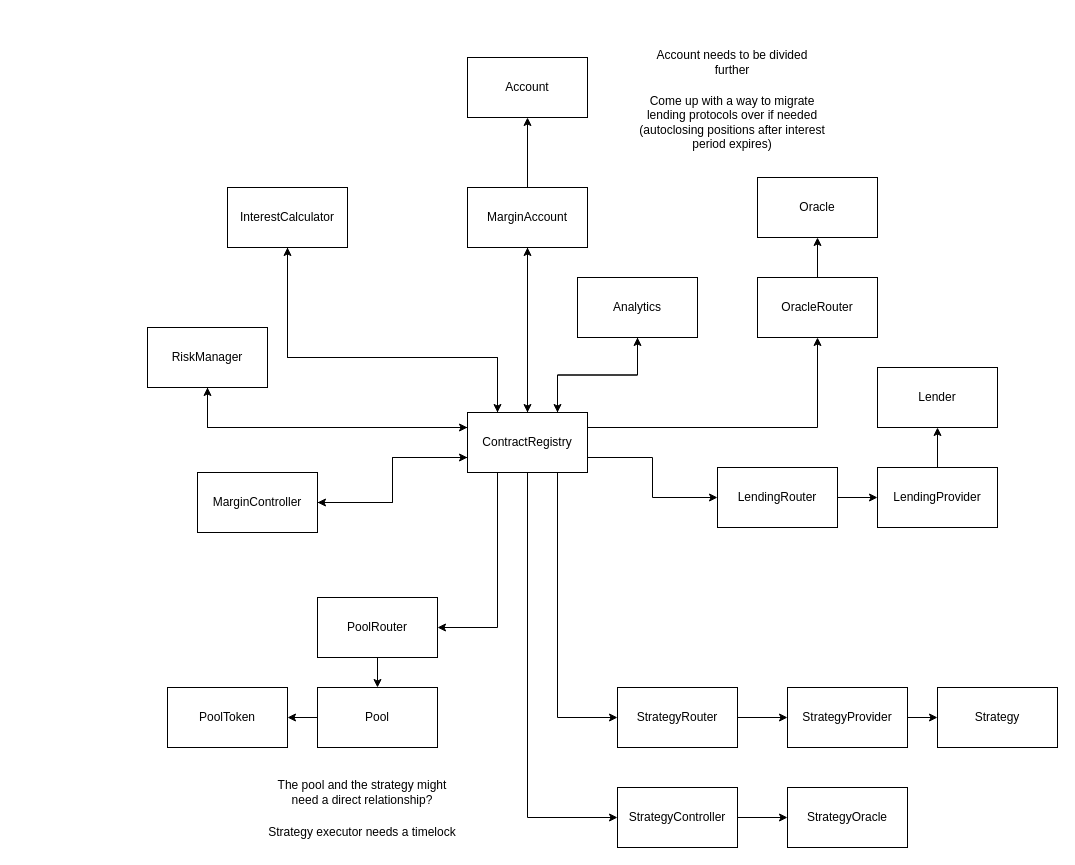
This is TorqueV2.drawio from Torque-Money/Dev-Environment, a draw.io file, before an edit. Source tidied: cells renumbered, new cells numbered last; positions are measured from the earlier drawing's top-left corner, leaving out a move shared by most shapes. Both pictures are drawn from the tidied source at 100%, with x=0, y=0 at pixel (97, 47).
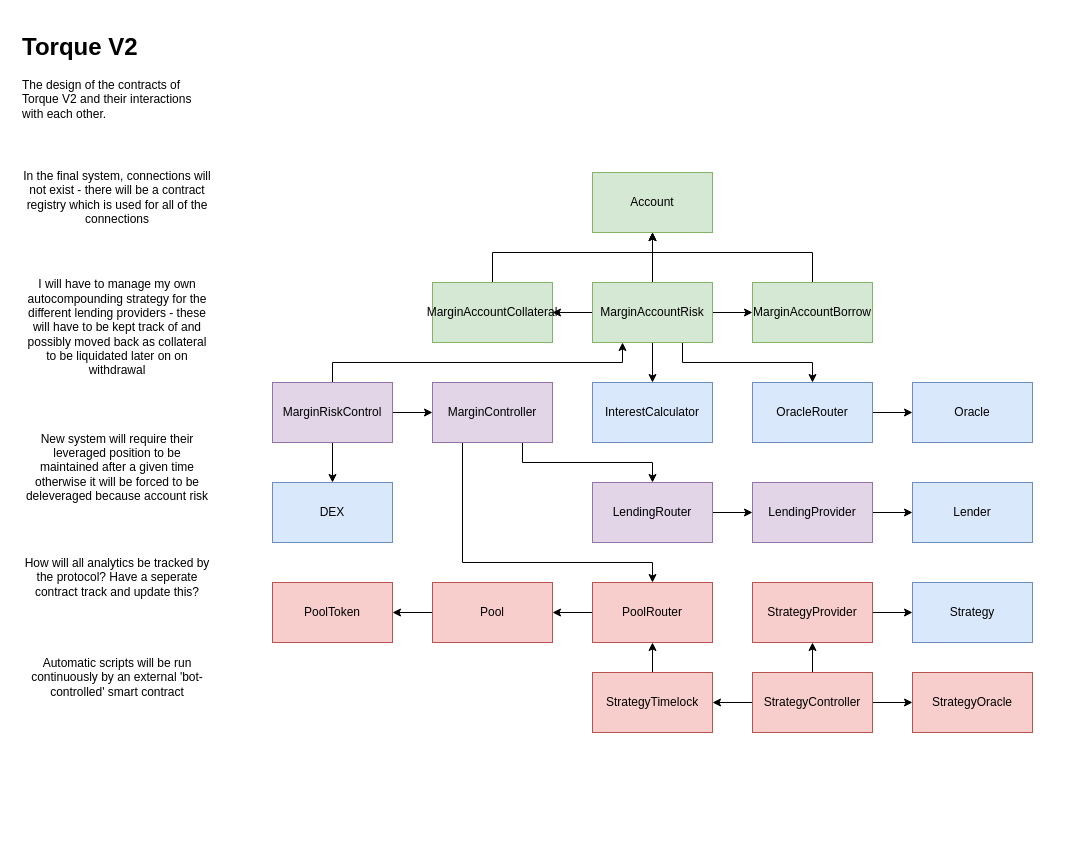
The same diagram, later.

Diff of the diagram source:
```diff
@@
-    <mxCell id="3" value="Lender" style="rounded=0;whiteSpace=wrap;html=1;" parent="1" vertex="1">
-      <mxGeometry x="780" y="320" width="120" height="60" as="geometry" />
-    </mxCell>
+    <mxCell id="44" value="Account" style="rounded=0;whiteSpace=wrap;html=1;fillColor=#d5e8d4;strokeColor=#82b366;" parent="1" vertex="1">
+      <mxGeometry x="495" y="125" width="120" height="60" as="geometry" />
+    </mxCell>
+    <mxCell id="51" style="edgeStyle=orthogonalEdgeStyle;rounded=0;jettySize=auto;html=1;entryX=0.5;entryY=1;entryDx=0;entryDy=0;" parent="1" edge="1" source="52" target="44">
+      <mxGeometry relative="1" as="geometry">
+        <Array as="points">
+          <mxPoint x="395" y="205" />
+          <mxPoint x="555" y="205" />
+        </Array>
+      </mxGeometry>
+    </mxCell>
+    <mxCell id="52" value="MarginAccountCollateral" style="rounded=0;whiteSpace=wrap;html=1;fillColor=#d5e8d4;strokeColor=#82b366;" parent="1" vertex="1">
+      <mxGeometry x="335" y="235" width="120" height="60" as="geometry" />
+    </mxCell>
+    <mxCell id="53" style="edgeStyle=orthogonalEdgeStyle;rounded=0;jettySize=auto;html=1;entryX=0.5;entryY=1;entryDx=0;entryDy=0;" parent="1" edge="1" source="54" target="44">
+      <mxGeometry relative="1" as="geometry">
+        <Array as="points">
+          <mxPoint x="715" y="205" />
+          <mxPoint x="555" y="205" />
+        </Array>
+      </mxGeometry>
+    </mxCell>
+    <mxCell id="54" value="MarginAccountBorrow" style="rounded=0;whiteSpace=wrap;html=1;fillColor=#d5e8d4;strokeColor=#82b366;" parent="1" vertex="1">
+      <mxGeometry x="655" y="235" width="120" height="60" as="geometry" />
+    </mxCell>
+    <mxCell id="55" style="edgeStyle=orthogonalEdgeStyle;rounded=0;jettySize=auto;html=1;entryX=1;entryY=0.5;entryDx=0;entryDy=0;" parent="1" edge="1" source="60" target="52">
+      <mxGeometry relative="1" as="geometry" />
+    </mxCell>
+    <mxCell id="56" style="edgeStyle=orthogonalEdgeStyle;rounded=0;jettySize=auto;html=1;entryX=0;entryY=0.5;entryDx=0;entryDy=0;" parent="1" edge="1" source="60" target="54">
+      <mxGeometry relative="1" as="geometry" />
+    </mxCell>
+    <mxCell id="57" style="edgeStyle=orthogonalEdgeStyle;rounded=0;jettySize=auto;html=1;entryX=0.5;entryY=1;entryDx=0;entryDy=0;" parent="1" edge="1" source="60" target="44">
+      <mxGeometry relative="1" as="geometry" />
+    </mxCell>
+    <mxCell id="58" style="edgeStyle=orthogonalEdgeStyle;rounded=0;jettySize=auto;html=1;entryX=0.5;entryY=0;entryDx=0;entryDy=0;" parent="1" edge="1" source="60" target="9">
+      <mxGeometry relative="1" as="geometry" />
+    </mxCell>
+    <mxCell id="59" style="edgeStyle=orthogonalEdgeStyle;rounded=0;jettySize=auto;html=1;exitX=0.75;exitY=1;exitDx=0;exitDy=0;entryX=0.5;entryY=0;entryDx=0;entryDy=0;" parent="1" edge="1" source="60" target="15">
+      <mxGeometry relative="1" as="geometry" />
+    </mxCell>
+    <mxCell id="60" value="MarginAccountRisk" style="rounded=0;whiteSpace=wrap;html=1;fillColor=#d5e8d4;strokeColor=#82b366;" parent="1" vertex="1">
+      <mxGeometry x="495" y="235" width="120" height="60" as="geometry" />
+    </mxCell>
+    <mxCell id="9" value="InterestCalculator" style="rounded=0;whiteSpace=wrap;html=1;fillColor=#dae8fc;strokeColor=#6c8ebf;" parent="1" vertex="1">
+      <mxGeometry x="495" y="335" width="120" height="60" as="geometry" />
+    </mxCell>
+    <mxCell id="14" style="edgeStyle=orthogonalEdgeStyle;rounded=0;jettySize=auto;html=1;entryX=0;entryY=0.5;entryDx=0;entryDy=0;" parent="1" edge="1" source="15" target="38">
+      <mxGeometry relative="1" as="geometry" />
+    </mxCell>
+    <mxCell id="15" value="OracleRouter" style="rounded=0;whiteSpace=wrap;html=1;fillColor=#dae8fc;strokeColor=#6c8ebf;" parent="1" vertex="1">
+      <mxGeometry x="655" y="335" width="120" height="60" as="geometry" />
+    </mxCell>
+    <mxCell id="38" value="Oracle" style="rounded=0;whiteSpace=wrap;html=1;fillColor=#dae8fc;strokeColor=#6c8ebf;" parent="1" vertex="1">
+      <mxGeometry x="815" y="335" width="120" height="60" as="geometry" />
+    </mxCell>
+    <mxCell id="6" style="edgeStyle=orthogonalEdgeStyle;rounded=0;jettySize=auto;html=1;entryX=0;entryY=0.5;entryDx=0;entryDy=0;" parent="1" edge="1" source="7" target="5">
+      <mxGeometry relative="1" as="geometry" />
+    </mxCell>
+    <mxCell id="7" value="LendingRouter" style="rounded=0;whiteSpace=wrap;html=1;fillColor=#e1d5e7;strokeColor=#9673a6;" parent="1" vertex="1">
+      <mxGeometry x="495" y="435" width="120" height="60" as="geometry" />
+    </mxCell>
+    <mxCell id="61" value="In the final system, connections will not exist - there will be a contract registry which is used for all of the connections" style="text;html=1;strokeColor=none;fillColor=none;align=center;verticalAlign=middle;whiteSpace=wrap;rounded=0;" parent="1" vertex="1">
+      <mxGeometry x="-75" y="105" width="190" height="90" as="geometry" />
+    </mxCell>
-    <mxCell id="4" style="edgeStyle=orthogonalEdgeStyle;rounded=0;jettySize=auto;html=1;entryX=0.5;entryY=1;entryDx=0;entryDy=0;" parent="1" edge="1" source="5" target="3">
+    <mxCell id="4" style="edgeStyle=orthogonalEdgeStyle;rounded=0;jettySize=auto;html=1;entryX=0;entryY=0.5;entryDx=0;entryDy=0;" parent="1" edge="1" source="5" target="3">
       <mxGeometry relative="1" as="geometry" />
     </mxCell>
-    <mxCell id="5" value="LendingProvider" style="rounded=0;whiteSpace=wrap;html=1;" parent="1" vertex="1">
-      <mxGeometry x="780" y="420" width="120" height="60" as="geometry" />
+    <mxCell id="5" value="LendingProvider" style="rounded=0;whiteSpace=wrap;html=1;fillColor=#e1d5e7;strokeColor=#9673a6;" parent="1" vertex="1">
+      <mxGeometry x="655" y="435" width="120" height="60" as="geometry" />
     </mxCell>
-    <mxCell id="6" style="edgeStyle=orthogonalEdgeStyle;rounded=0;jettySize=auto;html=1;entryX=0;entryY=0.5;entryDx=0;entryDy=0;" parent="1" edge="1" source="7" target="5">
-      <mxGeometry relative="1" as="geometry" />
-    </mxCell>
-    <mxCell id="7" value="LendingRouter" style="rounded=0;whiteSpace=wrap;html=1;" parent="1" vertex="1">
-      <mxGeometry x="620" y="420" width="120" height="60" as="geometry" />
-    </mxCell>
-    <mxCell id="8" style="edgeStyle=orthogonalEdgeStyle;rounded=0;jettySize=auto;html=1;entryX=0.25;entryY=0;entryDx=0;entryDy=0;" parent="1" edge="1" source="9" target="37">
-      <mxGeometry relative="1" as="geometry">
-        <Array as="points">
-          <mxPoint x="190" y="310" />
-          <mxPoint x="400" y="310" />
-        </Array>
-      </mxGeometry>
-    </mxCell>
-    <mxCell id="9" value="InterestCalculator" style="rounded=0;whiteSpace=wrap;html=1;" parent="1" vertex="1">
-      <mxGeometry x="130" y="140" width="120" height="60" as="geometry" />
-    </mxCell>
-    <mxCell id="10" style="edgeStyle=orthogonalEdgeStyle;rounded=0;jettySize=auto;html=1;entryX=0;entryY=0.25;entryDx=0;entryDy=0;" parent="1" edge="1" source="11" target="37">
-      <mxGeometry relative="1" as="geometry">
-        <Array as="points">
-          <mxPoint x="110" y="380" />
-        </Array>
-      </mxGeometry>
-    </mxCell>
-    <mxCell id="11" value="RiskManager" style="rounded=0;whiteSpace=wrap;html=1;" parent="1" vertex="1">
-      <mxGeometry x="50" y="280" width="120" height="60" as="geometry" />
-    </mxCell>
-    <mxCell id="12" style="edgeStyle=orthogonalEdgeStyle;rounded=0;jettySize=auto;html=1;entryX=0;entryY=0.75;entryDx=0;entryDy=0;" parent="1" edge="1" source="13" target="37">
-      <mxGeometry relative="1" as="geometry" />
-    </mxCell>
+    <mxCell id="62" value="I will have to manage my own autocompounding strategy for the different lending providers - these will have to be kept track of and possibly moved back as collateral to be liquidated later on on withdrawal" style="text;html=1;strokeColor=none;fillColor=none;align=center;verticalAlign=middle;whiteSpace=wrap;rounded=0;" parent="1" vertex="1">
+      <mxGeometry x="-75" y="225" width="190" height="110" as="geometry" />
+    </mxCell>
+    <mxCell id="63" value="New system will require their leveraged position to be maintained after a given time otherwise it will be forced to be deleveraged because account risk" style="text;html=1;strokeColor=none;fillColor=none;align=center;verticalAlign=middle;whiteSpace=wrap;rounded=0;" parent="1" vertex="1">
+      <mxGeometry x="-75" y="365" width="190" height="110" as="geometry" />
+    </mxCell>
+    <mxCell id="3" value="Lender" style="rounded=0;whiteSpace=wrap;html=1;fillColor=#dae8fc;strokeColor=#6c8ebf;" parent="1" vertex="1">
+      <mxGeometry x="815" y="435" width="120" height="60" as="geometry" />
+    </mxCell>
+    <mxCell id="64" style="edgeStyle=orthogonalEdgeStyle;rounded=0;jettySize=auto;html=1;entryX=0;entryY=0.5;entryDx=0;entryDy=0;" parent="1" edge="1" source="67" target="13">
+      <mxGeometry relative="1" as="geometry" />
+    </mxCell>
+    <mxCell id="65" style="edgeStyle=orthogonalEdgeStyle;rounded=0;jettySize=auto;html=1;entryX=0.25;entryY=1;entryDx=0;entryDy=0;" parent="1" edge="1" source="67" target="60">
+      <mxGeometry relative="1" as="geometry">
+        <Array as="points">
+          <mxPoint x="235" y="315" />
+          <mxPoint x="525" y="315" />
+        </Array>
+      </mxGeometry>
+    </mxCell>
+    <mxCell id="66" style="edgeStyle=orthogonalEdgeStyle;rounded=0;jettySize=auto;html=1;entryX=0.5;entryY=0;entryDx=0;entryDy=0;" parent="1" edge="1" source="67" target="75">
+      <mxGeometry relative="1" as="geometry" />
+    </mxCell>
+    <mxCell id="67" value="MarginRiskControl" style="rounded=0;whiteSpace=wrap;html=1;fillColor=#e1d5e7;strokeColor=#9673a6;" parent="1" vertex="1">
+      <mxGeometry x="175" y="335" width="120" height="60" as="geometry" />
+    </mxCell>
+    <mxCell id="68" style="edgeStyle=orthogonalEdgeStyle;rounded=0;jettySize=auto;html=1;exitX=0.75;exitY=1;exitDx=0;exitDy=0;entryX=0.5;entryY=0;entryDx=0;entryDy=0;" parent="1" edge="1" source="13" target="7">
+      <mxGeometry relative="1" as="geometry" />
+    </mxCell>
+    <mxCell id="69" style="edgeStyle=orthogonalEdgeStyle;rounded=0;jettySize=auto;html=1;exitX=0.25;exitY=1;exitDx=0;exitDy=0;entryX=0.5;entryY=0;entryDx=0;entryDy=0;" parent="1" edge="1" source="13" target="17">
+      <mxGeometry relative="1" as="geometry">
+        <Array as="points">
+          <mxPoint x="365" y="515" />
+          <mxPoint x="555" y="515" />
+        </Array>
+      </mxGeometry>
+    </mxCell>
-    <mxCell id="13" value="MarginController" style="rounded=0;whiteSpace=wrap;html=1;" parent="1" vertex="1">
-      <mxGeometry x="100" y="425" width="120" height="60" as="geometry" />
+    <mxCell id="13" value="MarginController" style="rounded=0;whiteSpace=wrap;html=1;fillColor=#e1d5e7;strokeColor=#9673a6;" parent="1" vertex="1">
+      <mxGeometry x="335" y="335" width="120" height="60" as="geometry" />
     </mxCell>
-    <mxCell id="14" style="edgeStyle=orthogonalEdgeStyle;rounded=0;jettySize=auto;html=1;" parent="1" edge="1" source="15" target="38">
-      <mxGeometry relative="1" as="geometry" />
-    </mxCell>
-    <mxCell id="15" value="OracleRouter" style="rounded=0;whiteSpace=wrap;html=1;" parent="1" vertex="1">
-      <mxGeometry x="660" y="230" width="120" height="60" as="geometry" />
-    </mxCell>
+    <mxCell id="70" value="How will all analytics be tracked by the protocol? Have a seperate contract track and update this?" style="text;html=1;strokeColor=none;fillColor=none;align=center;verticalAlign=middle;whiteSpace=wrap;rounded=0;" parent="1" vertex="1">
+      <mxGeometry x="-75" y="475" width="190" height="110" as="geometry" />
+    </mxCell>
-    <mxCell id="16" style="edgeStyle=orthogonalEdgeStyle;rounded=0;jettySize=auto;html=1;" parent="1" edge="1" source="17" target="19">
+    <mxCell id="16" style="edgeStyle=orthogonalEdgeStyle;rounded=0;jettySize=auto;html=1;exitX=0;exitY=0.5;exitDx=0;exitDy=0;entryX=1;entryY=0.5;entryDx=0;entryDy=0;" parent="1" edge="1" source="17" target="19">
       <mxGeometry relative="1" as="geometry" />
     </mxCell>
-    <mxCell id="17" value="PoolRouter" style="rounded=0;whiteSpace=wrap;html=1;" parent="1" vertex="1">
-      <mxGeometry x="220" y="550" width="120" height="60" as="geometry" />
+    <mxCell id="17" value="PoolRouter" style="rounded=0;whiteSpace=wrap;html=1;fillColor=#f8cecc;strokeColor=#b85450;" parent="1" vertex="1">
+      <mxGeometry x="495" y="535" width="120" height="60" as="geometry" />
     </mxCell>
@@
-    <mxCell id="19" value="Pool" style="rounded=0;whiteSpace=wrap;html=1;" parent="1" vertex="1">
-      <mxGeometry x="220" y="640" width="120" height="60" as="geometry" />
+    <mxCell id="19" value="Pool" style="rounded=0;whiteSpace=wrap;html=1;fillColor=#f8cecc;strokeColor=#b85450;" parent="1" vertex="1">
+      <mxGeometry x="335" y="535" width="120" height="60" as="geometry" />
     </mxCell>
+    <mxCell id="39" value="PoolToken" style="rounded=0;whiteSpace=wrap;html=1;fillColor=#f8cecc;strokeColor=#b85450;" parent="1" vertex="1">
+      <mxGeometry x="175" y="535" width="120" height="60" as="geometry" />
+    </mxCell>
+    <mxCell id="22" value="Strategy" style="rounded=0;whiteSpace=wrap;html=1;fillColor=#dae8fc;strokeColor=#6c8ebf;" parent="1" vertex="1">
+      <mxGeometry x="815" y="535" width="120" height="60" as="geometry" />
+    </mxCell>
@@
-    <mxCell id="21" value="StrategyProvider" style="rounded=0;whiteSpace=wrap;html=1;" parent="1" vertex="1">
-      <mxGeometry x="690" y="640" width="120" height="60" as="geometry" />
+    <mxCell id="21" value="StrategyProvider" style="rounded=0;whiteSpace=wrap;html=1;fillColor=#f8cecc;strokeColor=#b85450;" parent="1" vertex="1">
+      <mxGeometry x="655" y="535" width="120" height="60" as="geometry" />
     </mxCell>
-    <mxCell id="22" value="Strategy" style="rounded=0;whiteSpace=wrap;html=1;" parent="1" vertex="1">
-      <mxGeometry x="840" y="640" width="120" height="60" as="geometry" />
-    </mxCell>
-    <mxCell id="23" value="StrategyOracle" style="rounded=0;whiteSpace=wrap;html=1;" parent="1" vertex="1">
-      <mxGeometry x="690" y="740" width="120" height="60" as="geometry" />
-    </mxCell>
-    <mxCell id="24" style="edgeStyle=orthogonalEdgeStyle;rounded=0;jettySize=auto;html=1;entryX=0.5;entryY=1;entryDx=0;entryDy=0;" parent="1" edge="1" source="26" target="44">
-      <mxGeometry relative="1" as="geometry" />
-    </mxCell>
-    <mxCell id="25" style="edgeStyle=orthogonalEdgeStyle;rounded=0;jettySize=auto;html=1;exitX=0.5;exitY=1;exitDx=0;exitDy=0;" parent="1" edge="1" source="26" target="37">
-      <mxGeometry relative="1" as="geometry" />
-    </mxCell>
-    <mxCell id="26" value="MarginAccount" style="rounded=0;whiteSpace=wrap;html=1;" parent="1" vertex="1">
-      <mxGeometry x="370" y="140" width="120" height="60" as="geometry" />
-    </mxCell>
-    <mxCell id="27" style="edgeStyle=orthogonalEdgeStyle;rounded=0;jettySize=auto;html=1;entryX=0.5;entryY=1;entryDx=0;entryDy=0;exitX=0;exitY=0.25;exitDx=0;exitDy=0;" parent="1" edge="1" source="37" target="11">
-      <mxGeometry relative="1" as="geometry" />
-    </mxCell>
-    <mxCell id="28" style="edgeStyle=orthogonalEdgeStyle;rounded=0;jettySize=auto;html=1;entryX=0.5;entryY=1;entryDx=0;entryDy=0;exitX=1;exitY=0.25;exitDx=0;exitDy=0;" parent="1" edge="1" source="37" target="15">
-      <mxGeometry relative="1" as="geometry" />
-    </mxCell>
-    <mxCell id="29" style="edgeStyle=orthogonalEdgeStyle;rounded=0;jettySize=auto;html=1;entryX=0.5;entryY=1;entryDx=0;entryDy=0;" parent="1" edge="1" source="37" target="26">
-      <mxGeometry relative="1" as="geometry" />
-    </mxCell>
-    <mxCell id="30" style="edgeStyle=orthogonalEdgeStyle;rounded=0;jettySize=auto;html=1;exitX=0.25;exitY=0;exitDx=0;exitDy=0;entryX=0.5;entryY=1;entryDx=0;entryDy=0;" parent="1" edge="1" source="37" target="9">
-      <mxGeometry relative="1" as="geometry">
-        <Array as="points">
-          <mxPoint x="400" y="310" />
-          <mxPoint x="190" y="310" />
-        </Array>
-      </mxGeometry>
-    </mxCell>
-    <mxCell id="31" style="edgeStyle=orthogonalEdgeStyle;rounded=0;jettySize=auto;html=1;exitX=1;exitY=0.75;exitDx=0;exitDy=0;entryX=0;entryY=0.5;entryDx=0;entryDy=0;" parent="1" edge="1" source="37" target="7">
-      <mxGeometry relative="1" as="geometry" />
-    </mxCell>
-    <mxCell id="32" style="edgeStyle=orthogonalEdgeStyle;rounded=0;jettySize=auto;html=1;exitX=0;exitY=0.75;exitDx=0;exitDy=0;entryX=1;entryY=0.5;entryDx=0;entryDy=0;" parent="1" edge="1" source="37" target="13">
-      <mxGeometry relative="1" as="geometry" />
-    </mxCell>
-    <mxCell id="33" style="edgeStyle=orthogonalEdgeStyle;rounded=0;jettySize=auto;html=1;exitX=0.25;exitY=1;exitDx=0;exitDy=0;entryX=1;entryY=0.5;entryDx=0;entryDy=0;" parent="1" edge="1" source="37" target="17">
-      <mxGeometry relative="1" as="geometry" />
-    </mxCell>
-    <mxCell id="34" style="edgeStyle=orthogonalEdgeStyle;rounded=0;jettySize=auto;html=1;exitX=0.5;exitY=1;exitDx=0;exitDy=0;entryX=0;entryY=0.5;entryDx=0;entryDy=0;" parent="1" edge="1" source="37" target="43">
-      <mxGeometry relative="1" as="geometry" />
-    </mxCell>
-    <mxCell id="35" style="edgeStyle=orthogonalEdgeStyle;rounded=0;jettySize=auto;html=1;exitX=0.75;exitY=1;exitDx=0;exitDy=0;entryX=0;entryY=0.5;entryDx=0;entryDy=0;" parent="1" edge="1" source="37" target="41">
-      <mxGeometry relative="1" as="geometry" />
-    </mxCell>
-    <mxCell id="36" style="edgeStyle=orthogonalEdgeStyle;rounded=0;jettySize=auto;html=1;exitX=0.75;exitY=0;exitDx=0;exitDy=0;entryX=0.5;entryY=1;entryDx=0;entryDy=0;" parent="1" edge="1" source="37" target="46">
-      <mxGeometry relative="1" as="geometry" />
-    </mxCell>
-    <mxCell id="37" value="ContractRegistry" style="rounded=0;whiteSpace=wrap;html=1;" parent="1" vertex="1">
-      <mxGeometry x="370" y="365" width="120" height="60" as="geometry" />
-    </mxCell>
-    <mxCell id="38" value="Oracle" style="rounded=0;whiteSpace=wrap;html=1;" parent="1" vertex="1">
-      <mxGeometry x="660" y="130" width="120" height="60" as="geometry" />
-    </mxCell>
-    <mxCell id="39" value="PoolToken" style="rounded=0;whiteSpace=wrap;html=1;" parent="1" vertex="1">
-      <mxGeometry x="70" y="640" width="120" height="60" as="geometry" />
-    </mxCell>
-    <mxCell id="40" style="edgeStyle=orthogonalEdgeStyle;rounded=0;jettySize=auto;html=1;" parent="1" edge="1" source="41" target="21">
-      <mxGeometry relative="1" as="geometry" />
-    </mxCell>
-    <mxCell id="41" value="StrategyRouter" style="rounded=0;whiteSpace=wrap;html=1;" parent="1" vertex="1">
-      <mxGeometry x="520" y="640" width="120" height="60" as="geometry" />
-    </mxCell>
+    <mxCell id="71" style="edgeStyle=orthogonalEdgeStyle;rounded=0;jettySize=auto;html=1;entryX=1;entryY=0.5;entryDx=0;entryDy=0;" parent="1" edge="1" source="43" target="74">
+      <mxGeometry relative="1" as="geometry" />
+    </mxCell>
+    <mxCell id="72" style="edgeStyle=orthogonalEdgeStyle;rounded=0;jettySize=auto;html=1;entryX=0.5;entryY=1;entryDx=0;entryDy=0;" parent="1" edge="1" source="43" target="21">
+      <mxGeometry relative="1" as="geometry" />
+    </mxCell>
-    <mxCell id="42" style="edgeStyle=orthogonalEdgeStyle;rounded=0;jettySize=auto;html=1;" parent="1" edge="1" source="43" target="23">
+    <mxCell id="42" style="edgeStyle=orthogonalEdgeStyle;rounded=0;jettySize=auto;html=1;entryX=0;entryY=0.5;entryDx=0;entryDy=0;" parent="1" edge="1" source="43" target="23">
       <mxGeometry relative="1" as="geometry" />
     </mxCell>
-    <mxCell id="43" value="StrategyController" style="rounded=0;whiteSpace=wrap;html=1;" parent="1" vertex="1">
-      <mxGeometry x="520" y="740" width="120" height="60" as="geometry" />
+    <mxCell id="43" value="StrategyController" style="rounded=0;whiteSpace=wrap;html=1;fillColor=#f8cecc;strokeColor=#b85450;" parent="1" vertex="1">
+      <mxGeometry x="655" y="625" width="120" height="60" as="geometry" />
     </mxCell>
-    <mxCell id="44" value="Account" style="rounded=0;whiteSpace=wrap;html=1;" parent="1" vertex="1">
-      <mxGeometry x="370" y="10" width="120" height="60" as="geometry" />
-    </mxCell>
-    <mxCell id="45" style="edgeStyle=orthogonalEdgeStyle;rounded=0;jettySize=auto;html=1;exitX=0.5;exitY=1;exitDx=0;exitDy=0;entryX=0.75;entryY=0;entryDx=0;entryDy=0;" parent="1" edge="1" source="46" target="37">
-      <mxGeometry relative="1" as="geometry" />
-    </mxCell>
-    <mxCell id="46" value="Analytics" style="rounded=0;whiteSpace=wrap;html=1;" parent="1" vertex="1">
-      <mxGeometry x="480" y="230" width="120" height="60" as="geometry" />
-    </mxCell>
-    <mxCell id="47" value="The pool and the strategy might need a direct relationship?" style="text;html=1;strokeColor=none;fillColor=none;align=center;verticalAlign=middle;whiteSpace=wrap;rounded=0;" parent="1" vertex="1">
-      <mxGeometry x="170" y="730" width="190" height="30" as="geometry" />
-    </mxCell>
-    <mxCell id="48" value="Strategy executor needs a timelock" style="text;html=1;strokeColor=none;fillColor=none;align=center;verticalAlign=middle;whiteSpace=wrap;rounded=0;" parent="1" vertex="1">
-      <mxGeometry x="170" y="770" width="190" height="30" as="geometry" />
-    </mxCell>
-    <mxCell id="49" value="Account needs to be divided further" style="text;html=1;strokeColor=none;fillColor=none;align=center;verticalAlign=middle;whiteSpace=wrap;rounded=0;" parent="1" vertex="1">
-      <mxGeometry x="540" width="190" height="30" as="geometry" />
-    </mxCell>
-    <mxCell id="50" value="Come up with a way to migrate lending protocols over if needed (autoclosing positions after interest period expires)" style="text;html=1;strokeColor=none;fillColor=none;align=center;verticalAlign=middle;whiteSpace=wrap;rounded=0;" parent="1" vertex="1">
-      <mxGeometry x="540" y="40" width="190" height="70" as="geometry" />
-    </mxCell>
+    <mxCell id="73" style="edgeStyle=orthogonalEdgeStyle;rounded=0;jettySize=auto;html=1;entryX=0.5;entryY=1;entryDx=0;entryDy=0;" parent="1" edge="1" source="74" target="17">
+      <mxGeometry relative="1" as="geometry" />
+    </mxCell>
+    <mxCell id="74" value="StrategyTimelock" style="rounded=0;whiteSpace=wrap;html=1;fillColor=#f8cecc;strokeColor=#b85450;" parent="1" vertex="1">
+      <mxGeometry x="495" y="625" width="120" height="60" as="geometry" />
+    </mxCell>
+    <mxCell id="23" value="StrategyOracle" style="rounded=0;whiteSpace=wrap;html=1;fillColor=#f8cecc;strokeColor=#b85450;" parent="1" vertex="1">
+      <mxGeometry x="815" y="625" width="120" height="60" as="geometry" />
+    </mxCell>
+    <mxCell id="75" value="DEX" style="rounded=0;whiteSpace=wrap;html=1;fillColor=#dae8fc;strokeColor=#6c8ebf;" parent="1" vertex="1">
+      <mxGeometry x="175" y="435" width="120" height="60" as="geometry" />
+    </mxCell>
+    <mxCell id="76" value="&lt;h1&gt;Torque V2&lt;/h1&gt;&lt;p&gt;The design of the contracts of Torque V2 and their interactions with each other.&lt;/p&gt;" style="text;html=1;strokeColor=none;fillColor=none;spacing=5;spacingTop=-20;whiteSpace=wrap;overflow=hidden;rounded=0;" parent="1" vertex="1">
+      <mxGeometry x="-80" y="-20" width="190" height="110" as="geometry" />
+    </mxCell>
+    <mxCell id="77" value="Automatic scripts will be run continuously by an external 'bot-controlled' smart contract" style="text;html=1;strokeColor=none;fillColor=none;align=center;verticalAlign=middle;whiteSpace=wrap;rounded=0;" parent="1" vertex="1">
+      <mxGeometry x="-75" y="575" width="190" height="110" as="geometry" />
+    </mxCell>
```
